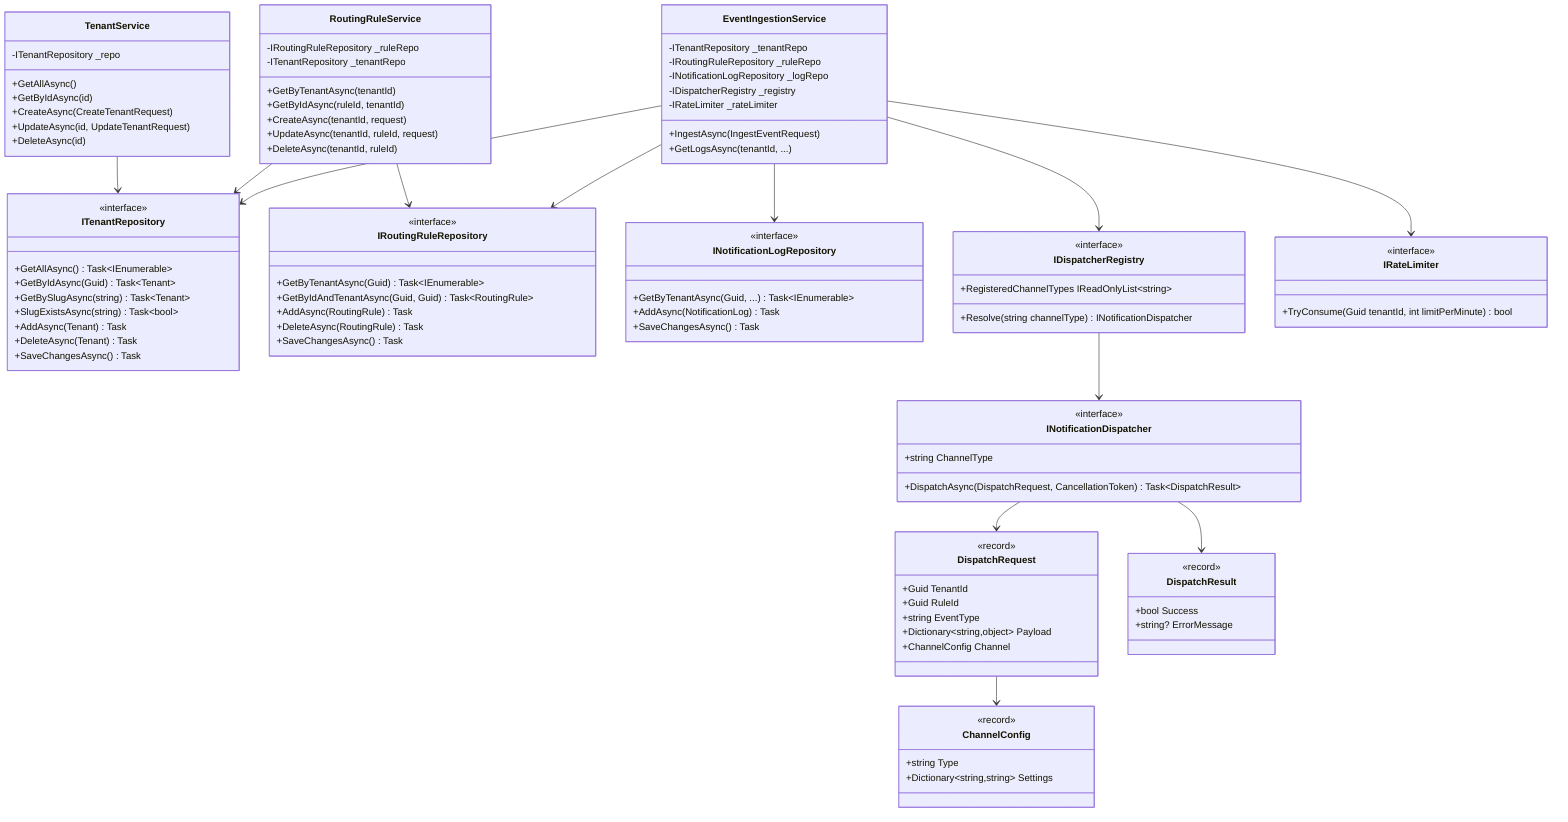
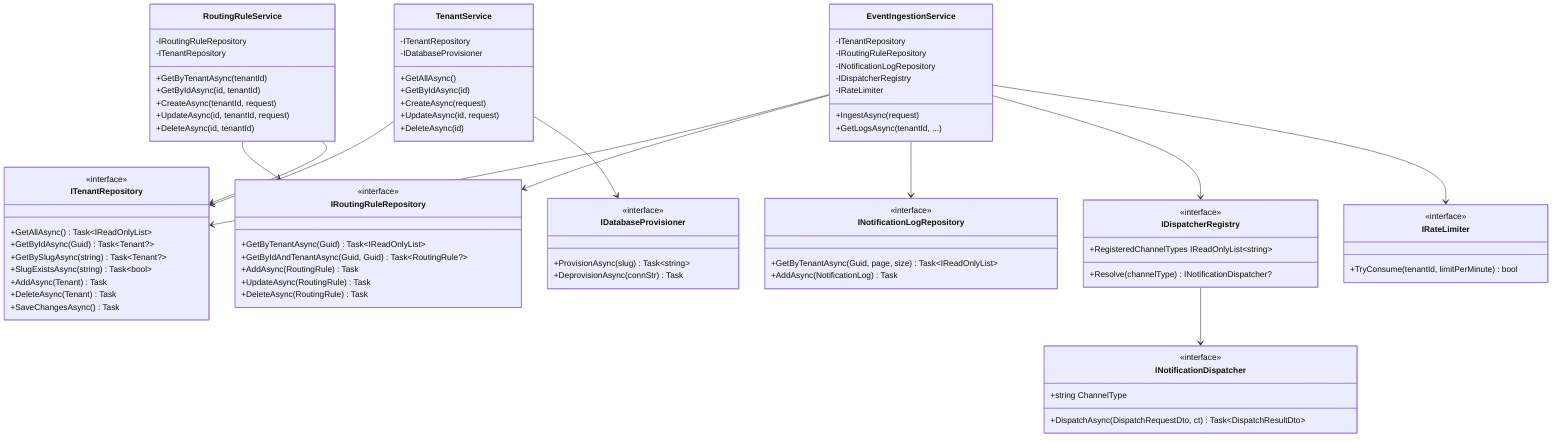
classDiagram
    class ITenantRepository {
        <<interface>>
-         +GetAllAsync() Task~IEnumerable~
-         +GetByIdAsync(Guid) Task~Tenant~
-         +GetBySlugAsync(string) Task~Tenant~
+         +GetAllAsync() Task~IReadOnlyList~
+         +GetByIdAsync(Guid) Task~Tenant?~
+         +GetBySlugAsync(string) Task~Tenant?~
        +SlugExistsAsync(string) Task~bool~
        +AddAsync(Tenant) Task
        +DeleteAsync(Tenant) Task
        +SaveChangesAsync() Task
    }
    class IRoutingRuleRepository {
        <<interface>>
-         +GetByTenantAsync(Guid) Task~IEnumerable~
-         +GetByIdAndTenantAsync(Guid, Guid) Task~RoutingRule~
+         +GetByTenantAsync(Guid) Task~IReadOnlyList~
+         +GetByIdAndTenantAsync(Guid, Guid) Task~RoutingRule?~
        +AddAsync(RoutingRule) Task
+         +UpdateAsync(RoutingRule) Task
        +DeleteAsync(RoutingRule) Task
-         +SaveChangesAsync() Task
    }
    class INotificationLogRepository {
        <<interface>>
-         +GetByTenantAsync(Guid, ...) Task~IEnumerable~
+         +GetByTenantAsync(Guid, page, size) Task~IReadOnlyList~
        +AddAsync(NotificationLog) Task
-         +SaveChangesAsync() Task
+     }
+     class IDatabaseProvisioner {
+         <<interface>>
+         +ProvisionAsync(slug) Task~string~
+         +DeprovisionAsync(connStr) Task
    }
    class INotificationDispatcher {
        <<interface>>
        +string ChannelType
-         +DispatchAsync(DispatchRequest, CancellationToken) Task~DispatchResult~
+         +DispatchAsync(DispatchRequestDto, ct) Task~DispatchResultDto~
    }
    class IDispatcherRegistry {
        <<interface>>
-         +Resolve(string channelType) INotificationDispatcher
+         +Resolve(channelType) INotificationDispatcher?
        +RegisteredChannelTypes IReadOnlyList~string~
    }
    class IRateLimiter {
        <<interface>>
-         +TryConsume(Guid tenantId, int limitPerMinute) bool
+         +TryConsume(tenantId, limitPerMinute) bool
    }
    class TenantService {
-         -ITenantRepository _repo
+         -ITenantRepository
+         -IDatabaseProvisioner
        +GetAllAsync()
        +GetByIdAsync(id)
-         +CreateAsync(CreateTenantRequest)
-         +UpdateAsync(id, UpdateTenantRequest)
+         +CreateAsync(request)
+         +UpdateAsync(id, request)
        +DeleteAsync(id)
    }
    class RoutingRuleService {
-         -IRoutingRuleRepository _ruleRepo
-         -ITenantRepository _tenantRepo
+         -IRoutingRuleRepository
+         -ITenantRepository
        +GetByTenantAsync(tenantId)
-         +GetByIdAsync(ruleId, tenantId)
+         +GetByIdAsync(id, tenantId)
        +CreateAsync(tenantId, request)
-         +UpdateAsync(tenantId, ruleId, request)
-         +DeleteAsync(tenantId, ruleId)
+         +UpdateAsync(id, tenantId, request)
+         +DeleteAsync(id, tenantId)
    }
    class EventIngestionService {
-         -ITenantRepository _tenantRepo
-         -IRoutingRuleRepository _ruleRepo
-         -INotificationLogRepository _logRepo
-         -IDispatcherRegistry _registry
-         -IRateLimiter _rateLimiter
-         +IngestAsync(IngestEventRequest)
+         -ITenantRepository
+         -IRoutingRuleRepository
+         -INotificationLogRepository
+         -IDispatcherRegistry
+         -IRateLimiter
+         +IngestAsync(request)
        +GetLogsAsync(tenantId, ...)
-     }
-     class ChannelConfig {
-         <<record>>
-         +string Type
-         +Dictionary~string,string~ Settings
-     }
-     class DispatchRequest {
-         <<record>>
-         +Guid TenantId
-         +Guid RuleId
-         +string EventType
-         +Dictionary~string,object~ Payload
-         +ChannelConfig Channel
-     }
-     class DispatchResult {
-         <<record>>
-         +bool Success
-         +string? ErrorMessage
    }

    TenantService --> ITenantRepository
+     TenantService --> IDatabaseProvisioner
    RoutingRuleService --> IRoutingRuleRepository
    RoutingRuleService --> ITenantRepository
    EventIngestionService --> ITenantRepository
    EventIngestionService --> IRoutingRuleRepository
    EventIngestionService --> INotificationLogRepository
    EventIngestionService --> IDispatcherRegistry
    EventIngestionService --> IRateLimiter
    IDispatcherRegistry --> INotificationDispatcher
-     INotificationDispatcher --> DispatchRequest
-     INotificationDispatcher --> DispatchResult
-     DispatchRequest --> ChannelConfig
